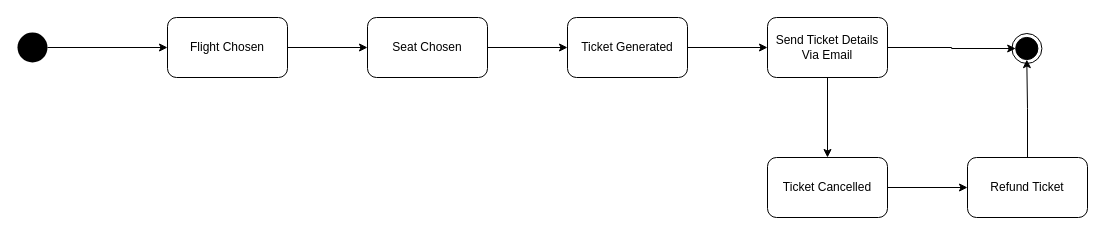
This is Diagrams/StateTransitionTicketObj.drawio from jsugimoto99/ENSF-614---Group-12, a draw.io file, before an edit. Source tidied: cells renumbered, new cells numbered last; positions are measured from the earlier drawing's top-left corner, leaving out a move shared by most shapes. Both pictures are drawn from the tidied source at 100%, with x=0, y=0 at pixel (17, 17).
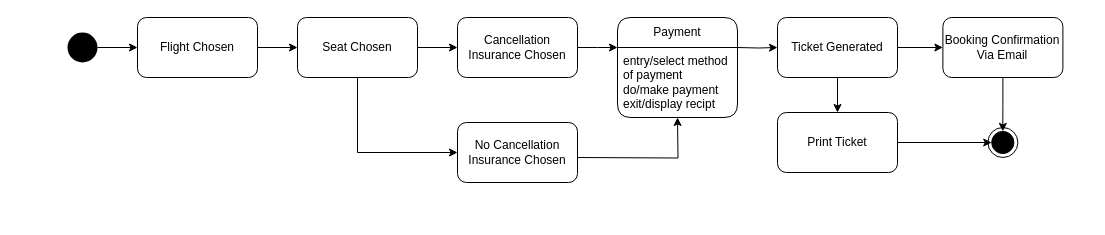
After the change.

Commit message:
State diagram for ticket

Unchanged cells that the change refers to:
```xml
<mxCell id="4" style="ellipse;whiteSpace=wrap;html=1;fillColor=#000000;" parent="2" vertex="1">
  <mxGeometry x="4.2" y="13.9" width="22.2" height="22.2" as="geometry" />
</mxCell>
```

What changed in the source:
```diff
@@
     <mxCell id="2" style="group;" parent="1" vertex="1">
-      <mxGeometry x="994" y="6" width="30.7" height="50" as="geometry" />
+      <mxGeometry x="970" y="100" width="30.7" height="50" as="geometry" />
     </mxCell>
@@
+    <mxCell id="20" style="edgeStyle=orthogonalEdgeStyle;rounded=0;orthogonalLoop=1;jettySize=auto;html=1;exitX=0;exitY=0;exitDx=0;exitDy=0;entryX=0.5;entryY=0;entryDx=0;entryDy=0;" parent="2" edge="1" source="4" target="4">
+      <mxGeometry relative="1" as="geometry" />
+    </mxCell>
@@
     <mxCell id="6" style="ellipse;whiteSpace=wrap;html=1;strokeColor=none;fillColor=#000000;" parent="1" vertex="1">
-      <mxGeometry y="15" width="30" height="30" as="geometry" />
+      <mxGeometry x="50" y="15" width="30" height="30" as="geometry" />
     </mxCell>
@@
     <mxCell id="8" value="Flight Chosen" style="rounded=1;whiteSpace=wrap;html=1;" parent="1" vertex="1">
-      <mxGeometry x="150" width="120" height="60" as="geometry" />
+      <mxGeometry x="120" width="120" height="60" as="geometry" />
     </mxCell>
-    <mxCell id="9" style="edgeStyle=orthogonalEdgeStyle;rounded=0;jettySize=auto;html=1;" parent="1" edge="1" source="10" target="12">
-      <mxGeometry relative="1" as="geometry" />
+    <mxCell id="9" style="edgeStyle=orthogonalEdgeStyle;rounded=0;jettySize=auto;html=1;" parent="1" edge="1" target="12">
+      <mxGeometry relative="1" as="geometry">
+        <mxPoint x="720" y="30" as="sourcePoint" />
+      </mxGeometry>
     </mxCell>
+    <mxCell id="21" style="edgeStyle=orthogonalEdgeStyle;rounded=0;jettySize=auto;html=1;exitX=0.5;exitY=1;exitDx=0;exitDy=0;entryX=0;entryY=0.5;entryDx=0;entryDy=0;" parent="1" edge="1" source="10" target="25">
+      <mxGeometry relative="1" as="geometry" />
+    </mxCell>
     <mxCell id="10" value="Seat Chosen" style="whiteSpace=wrap;html=1;rounded=1;" parent="1" vertex="1">
-      <mxGeometry x="350" width="120" height="60" as="geometry" />
+      <mxGeometry x="280" width="120" height="60" as="geometry" />
     </mxCell>
@@
+    <mxCell id="22" style="edgeStyle=orthogonalEdgeStyle;rounded=0;jettySize=auto;html=1;exitX=0.5;exitY=1;exitDx=0;exitDy=0;entryX=0.5;entryY=0;entryDx=0;entryDy=0;" parent="1" edge="1" source="12" target="31">
+      <mxGeometry relative="1" as="geometry" />
+    </mxCell>
     <mxCell id="12" value="Ticket Generated" style="whiteSpace=wrap;html=1;rounded=1;" parent="1" vertex="1">
-      <mxGeometry x="550" width="120" height="60" as="geometry" />
+      <mxGeometry x="760" width="120" height="60" as="geometry" />
     </mxCell>
@@
-    <mxCell id="14" style="edgeStyle=orthogonalEdgeStyle;rounded=0;jettySize=auto;html=1;" parent="1" edge="1" source="15" target="17">
-      <mxGeometry relative="1" as="geometry" />
-    </mxCell>
-    <mxCell id="15" value="Send Ticket Details Via Email" style="whiteSpace=wrap;html=1;rounded=1;" parent="1" vertex="1">
-      <mxGeometry x="750" width="120" height="60" as="geometry" />
+    <mxCell id="15" value="Booking Confirmation Via Email" style="whiteSpace=wrap;html=1;rounded=1;" parent="1" vertex="1">
+      <mxGeometry x="925.4" width="120" height="60" as="geometry" />
     </mxCell>
-    <mxCell id="16" style="edgeStyle=orthogonalEdgeStyle;rounded=0;jettySize=auto;html=1;" parent="1" edge="1" source="17" target="19">
-      <mxGeometry relative="1" as="geometry" />
-    </mxCell>
-    <mxCell id="17" value="Ticket Cancelled" style="whiteSpace=wrap;html=1;rounded=1;" parent="1" vertex="1">
-      <mxGeometry x="750" y="140" width="120" height="60" as="geometry" />
-    </mxCell>
-    <mxCell id="18" style="edgeStyle=orthogonalEdgeStyle;rounded=0;jettySize=auto;html=1;" parent="1" edge="1" source="19" target="4">
-      <mxGeometry relative="1" as="geometry" />
-    </mxCell>
-    <mxCell id="19" value="Refund Ticket" style="whiteSpace=wrap;html=1;rounded=1;" parent="1" vertex="1">
-      <mxGeometry x="950" y="140" width="120" height="60" as="geometry" />
-    </mxCell>
+    <mxCell id="23" style="edgeStyle=orthogonalEdgeStyle;rounded=0;jettySize=auto;html=1;" parent="1" edge="1" source="10" target="24">
+      <mxGeometry relative="1" as="geometry" />
+    </mxCell>
+    <mxCell id="24" value="Cancellation Insurance Chosen" style="whiteSpace=wrap;html=1;rounded=1;" parent="1" vertex="1">
+      <mxGeometry x="440" width="120" height="60" as="geometry" />
+    </mxCell>
+    <mxCell id="25" value="No Cancellation Insurance Chosen" style="whiteSpace=wrap;html=1;rounded=1;" parent="1" vertex="1">
+      <mxGeometry x="440" y="105" width="120" height="60" as="geometry" />
+    </mxCell>
+    <mxCell id="26" style="edgeStyle=orthogonalEdgeStyle;rounded=0;jettySize=auto;html=1;" parent="1" edge="1" source="24">
+      <mxGeometry relative="1" as="geometry">
+        <mxPoint x="600" y="30" as="targetPoint" />
+      </mxGeometry>
+    </mxCell>
+    <mxCell id="27" value="Payment" style="swimlane;fontStyle=0;horizontal=1;startSize=30;whiteSpace=wrap;html=1,rounded=1;rounded=1;" parent="1" vertex="1">
+      <mxGeometry x="600" width="120" height="100" as="geometry" />
+    </mxCell>
+    <mxCell id="28" value="entry/select method of payment&lt;br&gt;do/make payment&lt;br&gt;exit/display recipt" style="text;strokeColor=none;fillColor=none;align=left;verticalAlign=middle;spacingLeft=4;spacingRight=4;overflow=hidden;whiteSpace=wrap;html=1;" parent="27" vertex="1">
+      <mxGeometry y="30" width="120" height="70" as="geometry" />
+    </mxCell>
+    <mxCell id="29" style="edgeStyle=orthogonalEdgeStyle;rounded=0;orthogonalLoop=1;jettySize=auto;html=1;" parent="27" edge="1">
+      <mxGeometry relative="1" as="geometry">
+        <mxPoint x="-40" y="140" as="sourcePoint" />
+        <mxPoint x="60" y="100" as="targetPoint" />
+      </mxGeometry>
+    </mxCell>
+    <mxCell id="30" style="edgeStyle=orthogonalEdgeStyle;rounded=0;jettySize=auto;html=1;" parent="1" edge="1" source="31" target="4">
+      <mxGeometry relative="1" as="geometry" />
+    </mxCell>
+    <mxCell id="31" value="Print Ticket" style="whiteSpace=wrap;html=1;rounded=1;" parent="1" vertex="1">
+      <mxGeometry x="760" y="95" width="120" height="60" as="geometry" />
+    </mxCell>
```
